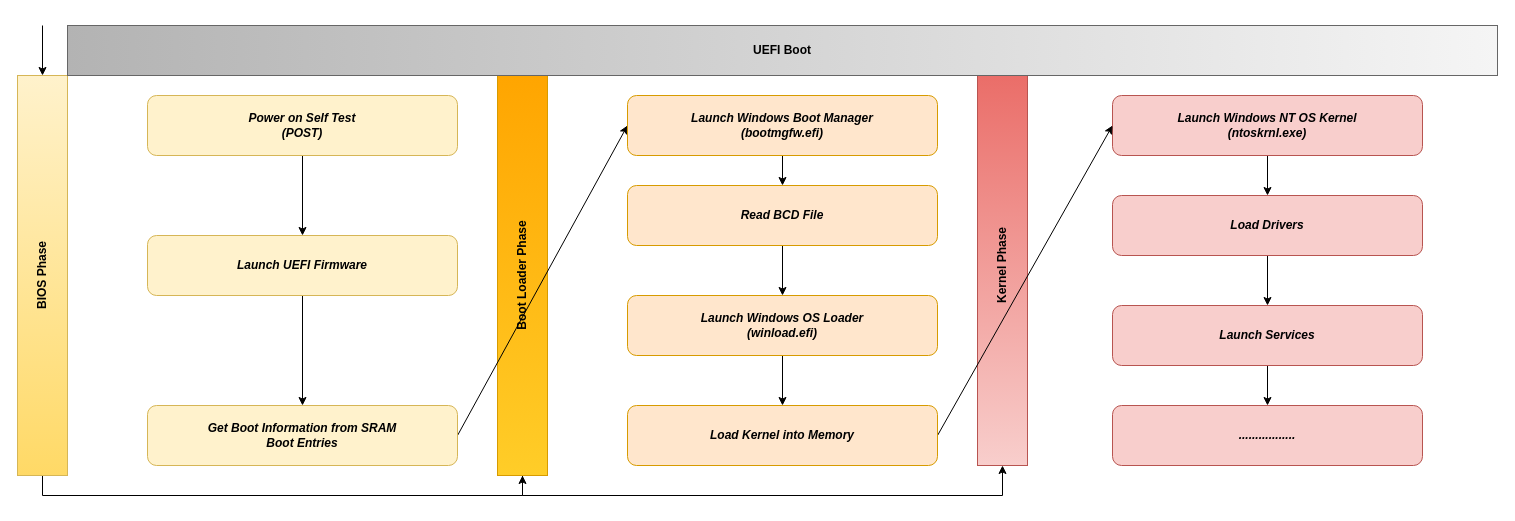
Earlier version of the draw.io diagram page "Windows Boot Process" (1 of 3) of images/diagrams/AbismoDiagrams.drawio (TheMalwareGuardian/Abismo). Source tidied: cells renumbered, new cells numbered last; positions are measured from the earlier drawing's top-left corner, leaving out a move shared by most shapes. Both pictures are drawn from the tidied source at 100%, with x=0, y=0 at pixel (17, 25).
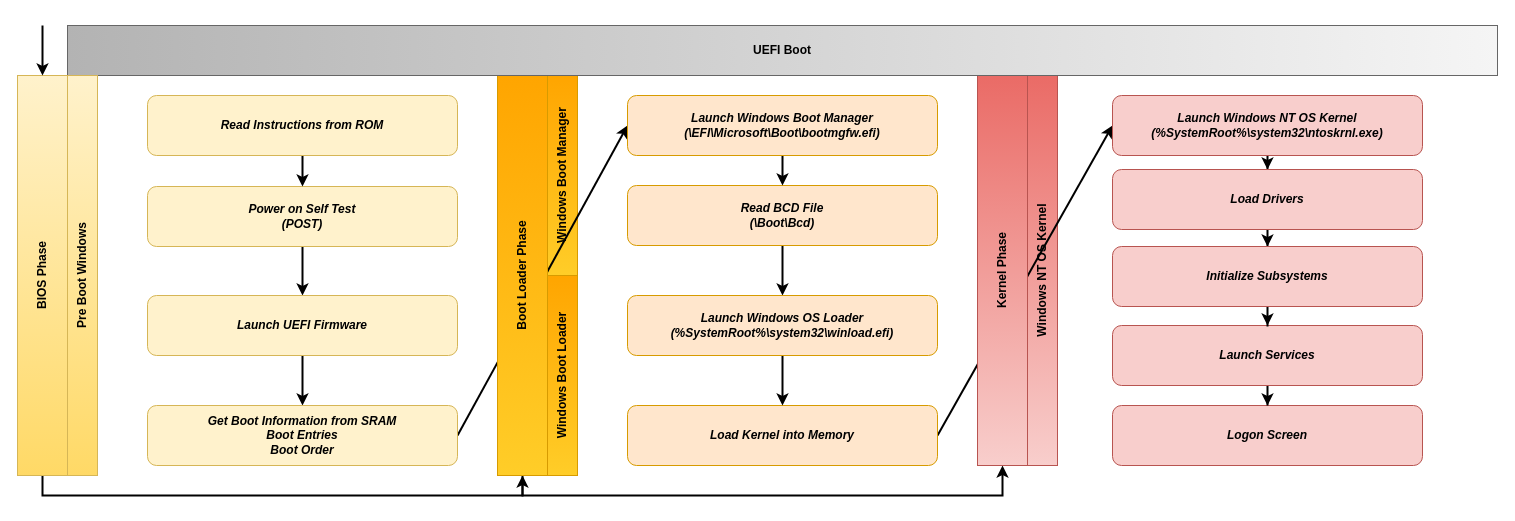
The same diagram, later.

Unchanged cells that the change refers to:
```xml
<mxCell id="3" value="BIOS Phase" style="rounded=0;whiteSpace=wrap;html=1;rotation=0;flipV=0;flipH=1;fillColor=#fff2cc;strokeColor=#d6b656;fontStyle=1;verticalAlign=middle;horizontal=0;gradientColor=#ffd966;" parent="1" vertex="1">
  <mxGeometry y="50" width="50" height="400" as="geometry" />
</mxCell>
<mxCell id="5" value="Boot Loader Phase" style="rounded=0;whiteSpace=wrap;html=1;rotation=0;flipV=1;flipH=0;fillColor=#ffcd28;strokeColor=#d79b00;fontStyle=1;horizontal=0;gradientColor=#ffa500;" parent="1" vertex="1">
  <mxGeometry x="480" y="50" width="50" height="400" as="geometry" />
</mxCell>
<mxCell id="24" value="Load Kernel into Memory" style="rounded=1;whiteSpace=wrap;html=1;strokeColor=#d79b00;align=center;verticalAlign=middle;fontFamily=Helvetica;fontSize=12;fillColor=#ffe6cc;fontStyle=3;" parent="1" vertex="1">
  <mxGeometry x="610" y="380" width="310" height="60" as="geometry" />
</mxCell>
```

The edit, as a diff of the source:
```diff
@@
+    <mxCell id="30" value="Windows NT OS Kernel" style="rounded=0;whiteSpace=wrap;html=1;rotation=0;flipV=1;flipH=0;fillColor=#f8cecc;strokeColor=#b85450;fontStyle=1;horizontal=0;gradientColor=#ea6b66;" parent="1" vertex="1">
+      <mxGeometry x="1010" y="50" width="30" height="390" as="geometry" />
+    </mxCell>
+    <mxCell id="23" style="rounded=0;jettySize=auto;html=1;entryX=0;entryY=0.5;entryDx=0;entryDy=0;exitX=1;exitY=0.5;exitDx=0;exitDy=0;strokeWidth=2;" parent="1" edge="1" source="24" target="15">
+      <mxGeometry relative="1" as="geometry" />
+    </mxCell>
+    <mxCell id="31" value="Windows Boot Manager" style="rounded=0;whiteSpace=wrap;html=1;rotation=0;flipV=1;flipH=0;fillColor=#ffcd28;strokeColor=#d79b00;fontStyle=1;horizontal=0;gradientColor=#ffa500;" parent="1" vertex="1">
+      <mxGeometry x="530" y="50" width="30" height="200" as="geometry" />
+    </mxCell>
+    <mxCell id="12" style="rounded=0;jettySize=auto;html=1;entryX=0;entryY=0.5;entryDx=0;entryDy=0;exitX=1;exitY=0.5;exitDx=0;exitDy=0;strokeWidth=2;" parent="1" edge="1" source="13" target="26">
+      <mxGeometry relative="1" as="geometry" />
+    </mxCell>
+    <mxCell id="32" value="Windows Boot Loader" style="rounded=0;whiteSpace=wrap;html=1;rotation=0;flipV=1;flipH=0;fillColor=#ffcd28;strokeColor=#d79b00;fontStyle=1;horizontal=0;gradientColor=#ffa500;" parent="1" vertex="1">
+      <mxGeometry x="530" y="250" width="30" height="200" as="geometry" />
+    </mxCell>
-    <mxCell id="2" style="edgeStyle=orthogonalEdgeStyle;rounded=0;jettySize=auto;html=1;entryX=0.5;entryY=1;entryDx=0;entryDy=0;exitX=0.5;exitY=1;exitDx=0;exitDy=0;" parent="1" edge="1" source="3" target="5">
+    <mxCell id="2" style="edgeStyle=orthogonalEdgeStyle;rounded=0;jettySize=auto;html=1;entryX=0.5;entryY=1;entryDx=0;entryDy=0;exitX=0.5;exitY=1;exitDx=0;exitDy=0;strokeWidth=2;" parent="1" edge="1" source="3" target="5">
       <mxGeometry relative="1" as="geometry" />
     </mxCell>
@@
-    <mxCell id="4" style="edgeStyle=orthogonalEdgeStyle;rounded=0;jettySize=auto;html=1;entryX=0.5;entryY=1;entryDx=0;entryDy=0;exitX=0.5;exitY=1;exitDx=0;exitDy=0;" parent="1" edge="1" source="5" target="6">
+    <mxCell id="4" style="edgeStyle=orthogonalEdgeStyle;rounded=0;jettySize=auto;html=1;entryX=0.5;entryY=1;entryDx=0;entryDy=0;exitX=0.5;exitY=1;exitDx=0;exitDy=0;strokeWidth=2;" parent="1" edge="1" source="5" target="6">
       <mxGeometry relative="1" as="geometry" />
     </mxCell>
@@
     <mxCell id="6" value="Kernel Phase" style="rounded=0;whiteSpace=wrap;html=1;rotation=0;flipV=1;flipH=0;fillColor=#f8cecc;strokeColor=#b85450;fontStyle=1;horizontal=0;gradientColor=#ea6b66;" parent="1" vertex="1">
-      <mxGeometry x="960" y="40" width="50" height="400" as="geometry" />
+      <mxGeometry x="960" y="50" width="50" height="390" as="geometry" />
     </mxCell>
@@
-    <mxCell id="8" style="edgeStyle=orthogonalEdgeStyle;rounded=0;jettySize=auto;html=1;fontFamily=Helvetica;fontSize=12;fontColor=default;" parent="1" edge="1" source="9" target="11">
+    <mxCell id="8" style="edgeStyle=orthogonalEdgeStyle;rounded=0;jettySize=auto;html=1;fontFamily=Helvetica;fontSize=12;fontColor=default;strokeWidth=2;" parent="1" edge="1" source="9" target="11">
       <mxGeometry relative="1" as="geometry" />
     </mxCell>
     <mxCell id="9" value="Power on Self Test&lt;br&gt;(POST)" style="rounded=1;whiteSpace=wrap;html=1;strokeColor=#d6b656;align=center;verticalAlign=middle;fontFamily=Helvetica;fontSize=12;fillColor=#fff2cc;fontStyle=3;" parent="1" vertex="1">
-      <mxGeometry x="130" y="70" width="310" height="60" as="geometry" />
+      <mxGeometry x="130" y="161" width="310" height="60" as="geometry" />
     </mxCell>
-    <mxCell id="10" style="edgeStyle=orthogonalEdgeStyle;rounded=0;jettySize=auto;html=1;fontFamily=Helvetica;fontSize=12;fontColor=default;" parent="1" edge="1" source="11" target="13">
+    <mxCell id="10" style="edgeStyle=orthogonalEdgeStyle;rounded=0;jettySize=auto;html=1;fontFamily=Helvetica;fontSize=12;fontColor=default;strokeWidth=2;" parent="1" edge="1" source="11" target="13">
       <mxGeometry relative="1" as="geometry" />
     </mxCell>
     <mxCell id="11" value="Launch UEFI Firmware" style="rounded=1;whiteSpace=wrap;html=1;strokeColor=#d6b656;align=center;verticalAlign=middle;fontFamily=Helvetica;fontSize=12;fillColor=#fff2cc;fontStyle=3;" parent="1" vertex="1">
-      <mxGeometry x="130" y="210" width="310" height="60" as="geometry" />
+      <mxGeometry x="130" y="270" width="310" height="60" as="geometry" />
     </mxCell>
-    <mxCell id="12" style="rounded=0;jettySize=auto;html=1;entryX=0;entryY=0.5;entryDx=0;entryDy=0;exitX=1;exitY=0.5;exitDx=0;exitDy=0;" parent="1" edge="1" source="13" target="26">
-      <mxGeometry relative="1" as="geometry" />
-    </mxCell>
-    <mxCell id="13" value="Get Boot Information from SRAM&lt;br&gt;Boot Entries" style="rounded=1;whiteSpace=wrap;html=1;strokeColor=#d6b656;align=center;verticalAlign=middle;fontFamily=Helvetica;fontSize=12;fillColor=#fff2cc;fontStyle=3;" parent="1" vertex="1">
+    <mxCell id="13" value="Get Boot Information from SRAM&lt;br&gt;Boot Entries&lt;br&gt;Boot Order" style="rounded=1;whiteSpace=wrap;html=1;strokeColor=#d6b656;align=center;verticalAlign=middle;fontFamily=Helvetica;fontSize=12;fillColor=#fff2cc;fontStyle=3;" parent="1" vertex="1">
       <mxGeometry x="130" y="380" width="310" height="60" as="geometry" />
     </mxCell>
-    <mxCell id="14" style="edgeStyle=orthogonalEdgeStyle;rounded=0;jettySize=auto;html=1;" parent="1" edge="1" source="15" target="17">
+    <mxCell id="14" style="edgeStyle=orthogonalEdgeStyle;rounded=0;jettySize=auto;html=1;strokeWidth=2;" parent="1" edge="1" source="15" target="17">
       <mxGeometry relative="1" as="geometry" />
     </mxCell>
-    <mxCell id="15" value="Launch Windows NT OS Kernel&lt;br&gt;(ntoskrnl.exe)" style="rounded=1;whiteSpace=wrap;html=1;strokeColor=#b85450;align=center;verticalAlign=middle;fontFamily=Helvetica;fontSize=12;fillColor=#f8cecc;fontStyle=3;" parent="1" vertex="1">
+    <mxCell id="15" value="Launch Windows NT OS Kernel&lt;br&gt;(%SystemRoot%\system32\ntoskrnl.exe)" style="rounded=1;whiteSpace=wrap;html=1;strokeColor=#b85450;align=center;verticalAlign=middle;fontFamily=Helvetica;fontSize=12;fillColor=#f8cecc;fontStyle=3;" parent="1" vertex="1">
       <mxGeometry x="1095" y="70" width="310" height="60" as="geometry" />
     </mxCell>
-    <mxCell id="16" style="edgeStyle=orthogonalEdgeStyle;rounded=0;jettySize=auto;html=1;" parent="1" edge="1" source="17" target="20">
-      <mxGeometry relative="1" as="geometry" />
-    </mxCell>
+    <mxCell id="33" style="edgeStyle=orthogonalEdgeStyle;rounded=0;jettySize=auto;html=1;strokeWidth=2;" parent="1" edge="1" source="17" target="38">
+      <mxGeometry relative="1" as="geometry" />
+    </mxCell>
     <mxCell id="17" value="Load Drivers" style="rounded=1;whiteSpace=wrap;html=1;strokeColor=#b85450;align=center;verticalAlign=middle;fontFamily=Helvetica;fontSize=12;fillColor=#f8cecc;fontStyle=3;" parent="1" vertex="1">
-      <mxGeometry x="1095" y="170" width="310" height="60" as="geometry" />
+      <mxGeometry x="1095" y="144" width="310" height="60" as="geometry" />
     </mxCell>
-    <mxCell id="18" value="................." style="rounded=1;whiteSpace=wrap;html=1;strokeColor=#b85450;align=center;verticalAlign=middle;fontFamily=Helvetica;fontSize=12;fillColor=#f8cecc;fontStyle=3;" parent="1" vertex="1">
+    <mxCell id="18" value="Logon Screen" style="rounded=1;whiteSpace=wrap;html=1;strokeColor=#b85450;align=center;verticalAlign=middle;fontFamily=Helvetica;fontSize=12;fillColor=#f8cecc;fontStyle=3;" parent="1" vertex="1">
       <mxGeometry x="1095" y="380" width="310" height="60" as="geometry" />
     </mxCell>
-    <mxCell id="19" style="edgeStyle=orthogonalEdgeStyle;rounded=0;jettySize=auto;html=1;" parent="1" edge="1" source="20" target="18">
+    <mxCell id="19" style="edgeStyle=orthogonalEdgeStyle;rounded=0;jettySize=auto;html=1;strokeWidth=2;" parent="1" edge="1" source="20" target="18">
       <mxGeometry relative="1" as="geometry" />
     </mxCell>
     <mxCell id="20" value="Launch Services" style="rounded=1;whiteSpace=wrap;html=1;strokeColor=#b85450;align=center;verticalAlign=middle;fontFamily=Helvetica;fontSize=12;fillColor=#f8cecc;fontStyle=3;" parent="1" vertex="1">
-      <mxGeometry x="1095" y="280" width="310" height="60" as="geometry" />
+      <mxGeometry x="1095" y="300" width="310" height="60" as="geometry" />
     </mxCell>
-    <mxCell id="21" style="edgeStyle=orthogonalEdgeStyle;rounded=0;jettySize=auto;html=1;" parent="1" edge="1" source="22" target="28">
+    <mxCell id="21" style="edgeStyle=orthogonalEdgeStyle;rounded=0;jettySize=auto;html=1;strokeWidth=2;" parent="1" edge="1" source="22" target="28">
       <mxGeometry relative="1" as="geometry" />
     </mxCell>
-    <mxCell id="22" value="Read BCD File" style="rounded=1;whiteSpace=wrap;html=1;strokeColor=#d79b00;align=center;verticalAlign=middle;fontFamily=Helvetica;fontSize=12;fillColor=#ffe6cc;fontStyle=3;" parent="1" vertex="1">
+    <mxCell id="22" value="Read BCD File&lt;br&gt;(\Boot\Bcd)" style="rounded=1;whiteSpace=wrap;html=1;strokeColor=#d79b00;align=center;verticalAlign=middle;fontFamily=Helvetica;fontSize=12;fillColor=#ffe6cc;fontStyle=3;" parent="1" vertex="1">
       <mxGeometry x="610" y="160" width="310" height="60" as="geometry" />
     </mxCell>
-    <mxCell id="23" style="rounded=0;jettySize=auto;html=1;entryX=0;entryY=0.5;entryDx=0;entryDy=0;exitX=1;exitY=0.5;exitDx=0;exitDy=0;" parent="1" edge="1" source="24" target="15">
-      <mxGeometry relative="1" as="geometry" />
-    </mxCell>
@@
-    <mxCell id="25" style="edgeStyle=orthogonalEdgeStyle;rounded=0;jettySize=auto;html=1;" parent="1" edge="1" source="26" target="22">
+    <mxCell id="25" style="edgeStyle=orthogonalEdgeStyle;rounded=0;jettySize=auto;html=1;strokeWidth=2;" parent="1" edge="1" source="26" target="22">
       <mxGeometry relative="1" as="geometry" />
     </mxCell>
-    <mxCell id="26" value="Launch Windows Boot Manager&lt;br&gt;(bootmgfw.efi)" style="rounded=1;whiteSpace=wrap;html=1;strokeColor=#d79b00;align=center;verticalAlign=middle;fontFamily=Helvetica;fontSize=12;fillColor=#ffe6cc;fontStyle=3;" parent="1" vertex="1">
+    <mxCell id="26" value="Launch Windows Boot Manager&lt;br&gt;(\EFI\Microsoft\Boot\bootmgfw.efi)" style="rounded=1;whiteSpace=wrap;html=1;strokeColor=#d79b00;align=center;verticalAlign=middle;fontFamily=Helvetica;fontSize=12;fillColor=#ffe6cc;fontStyle=3;" parent="1" vertex="1">
       <mxGeometry x="610" y="70" width="310" height="60" as="geometry" />
     </mxCell>
-    <mxCell id="27" style="edgeStyle=orthogonalEdgeStyle;rounded=0;jettySize=auto;html=1;" parent="1" edge="1" source="28" target="24">
+    <mxCell id="27" style="edgeStyle=orthogonalEdgeStyle;rounded=0;jettySize=auto;html=1;strokeWidth=2;" parent="1" edge="1" source="28" target="24">
       <mxGeometry relative="1" as="geometry" />
     </mxCell>
-    <mxCell id="28" value="Launch Windows OS Loader&lt;br&gt;(winload.efi)" style="rounded=1;whiteSpace=wrap;html=1;strokeColor=#d79b00;align=center;verticalAlign=middle;fontFamily=Helvetica;fontSize=12;fillColor=#ffe6cc;fontStyle=3;" parent="1" vertex="1">
+    <mxCell id="28" value="Launch Windows OS Loader&lt;br&gt;(%SystemRoot%\system32\winload.efi)" style="rounded=1;whiteSpace=wrap;html=1;strokeColor=#d79b00;align=center;verticalAlign=middle;fontFamily=Helvetica;fontSize=12;fillColor=#ffe6cc;fontStyle=3;" parent="1" vertex="1">
       <mxGeometry x="610" y="270" width="310" height="60" as="geometry" />
     </mxCell>
-    <mxCell id="29" style="endArrow=classic;html=1;rounded=0;entryX=0.5;entryY=0;entryDx=0;entryDy=0;" parent="1" edge="1" target="3">
+    <mxCell id="29" style="endArrow=classic;html=1;rounded=0;entryX=0.5;entryY=0;entryDx=0;entryDy=0;strokeWidth=2;" parent="1" edge="1" target="3">
       <mxGeometry relative="1" as="geometry">
         <mxPoint x="25" as="sourcePoint" />
       </mxGeometry>
     </mxCell>
+    <mxCell id="34" style="edgeStyle=orthogonalEdgeStyle;rounded=0;jettySize=auto;html=1;strokeWidth=2;" parent="1" edge="1" source="35" target="9">
+      <mxGeometry relative="1" as="geometry" />
+    </mxCell>
+    <mxCell id="35" value="Read Instructions from ROM" style="rounded=1;whiteSpace=wrap;html=1;strokeColor=#d6b656;align=center;verticalAlign=middle;fontFamily=Helvetica;fontSize=12;fillColor=#fff2cc;fontStyle=3;" parent="1" vertex="1">
+      <mxGeometry x="130" y="70" width="310" height="60" as="geometry" />
+    </mxCell>
+    <mxCell id="36" value="Pre Boot Windows" style="rounded=0;whiteSpace=wrap;html=1;rotation=0;flipV=0;flipH=1;fillColor=#fff2cc;strokeColor=#d6b656;fontStyle=1;verticalAlign=middle;horizontal=0;gradientColor=#ffd966;" parent="1" vertex="1">
+      <mxGeometry x="50" y="50" width="30" height="400" as="geometry" />
+    </mxCell>
+    <mxCell id="37" style="edgeStyle=orthogonalEdgeStyle;rounded=0;jettySize=auto;html=1;strokeWidth=2;" parent="1" edge="1" source="38" target="20">
+      <mxGeometry relative="1" as="geometry" />
+    </mxCell>
+    <mxCell id="38" value="Initialize Subsystems" style="rounded=1;whiteSpace=wrap;html=1;strokeColor=#b85450;align=center;verticalAlign=middle;fontFamily=Helvetica;fontSize=12;fillColor=#f8cecc;fontStyle=3;" parent="1" vertex="1">
+      <mxGeometry x="1095" y="221" width="310" height="60" as="geometry" />
+    </mxCell>
```
